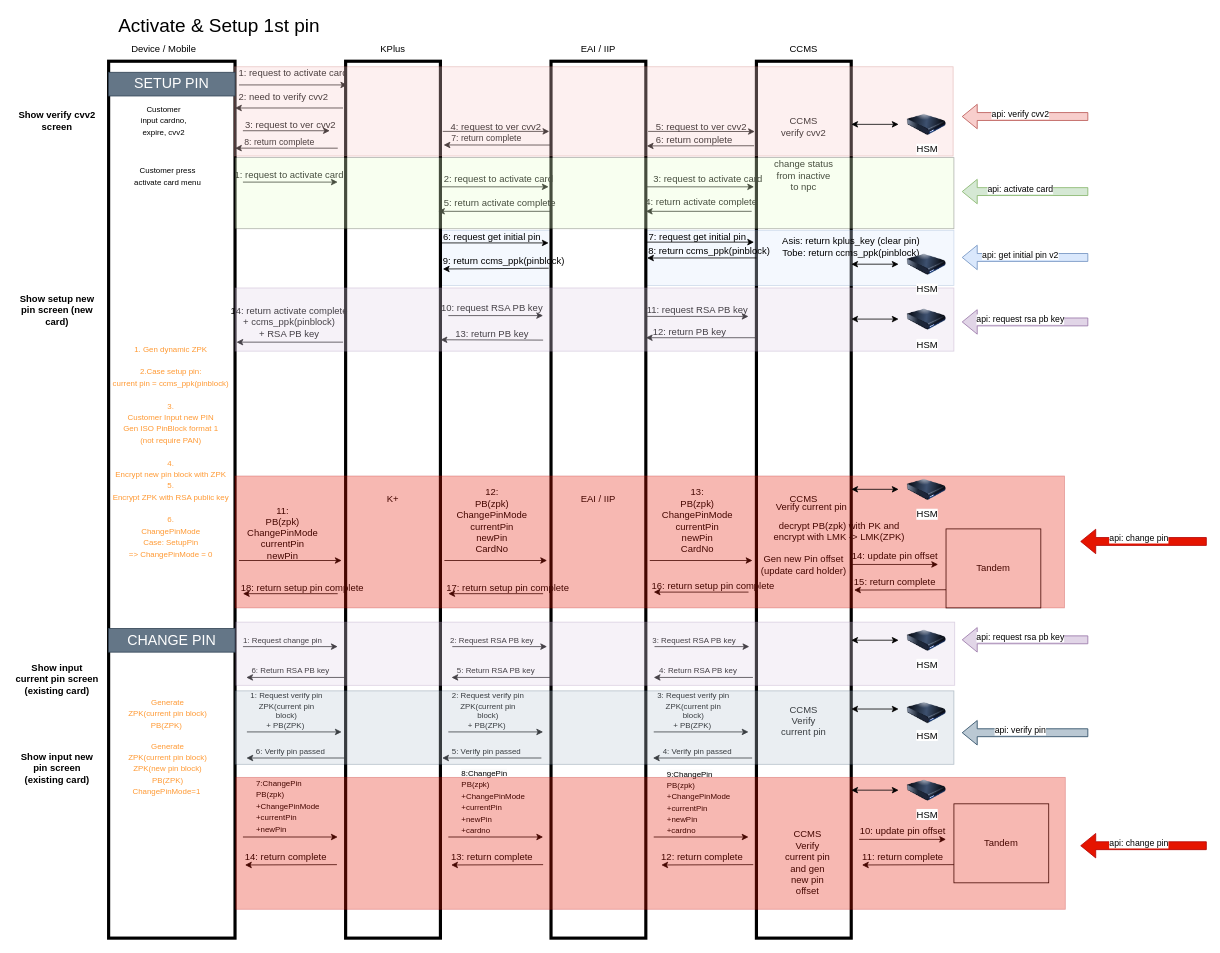
This is page "KPlus_ChangePin" (2 of 2) of CCMS_Project.drawio from chawaratr/drawio, a draw.io file, before an edit. Source tidied: cells renumbered, new cells numbered last; positions are measured from the earlier drawing's top-left corner, leaving out a move shared by most shapes. Both pictures are drawn from the tidied source at 79%, with x=0, y=0 at pixel (13, 13).
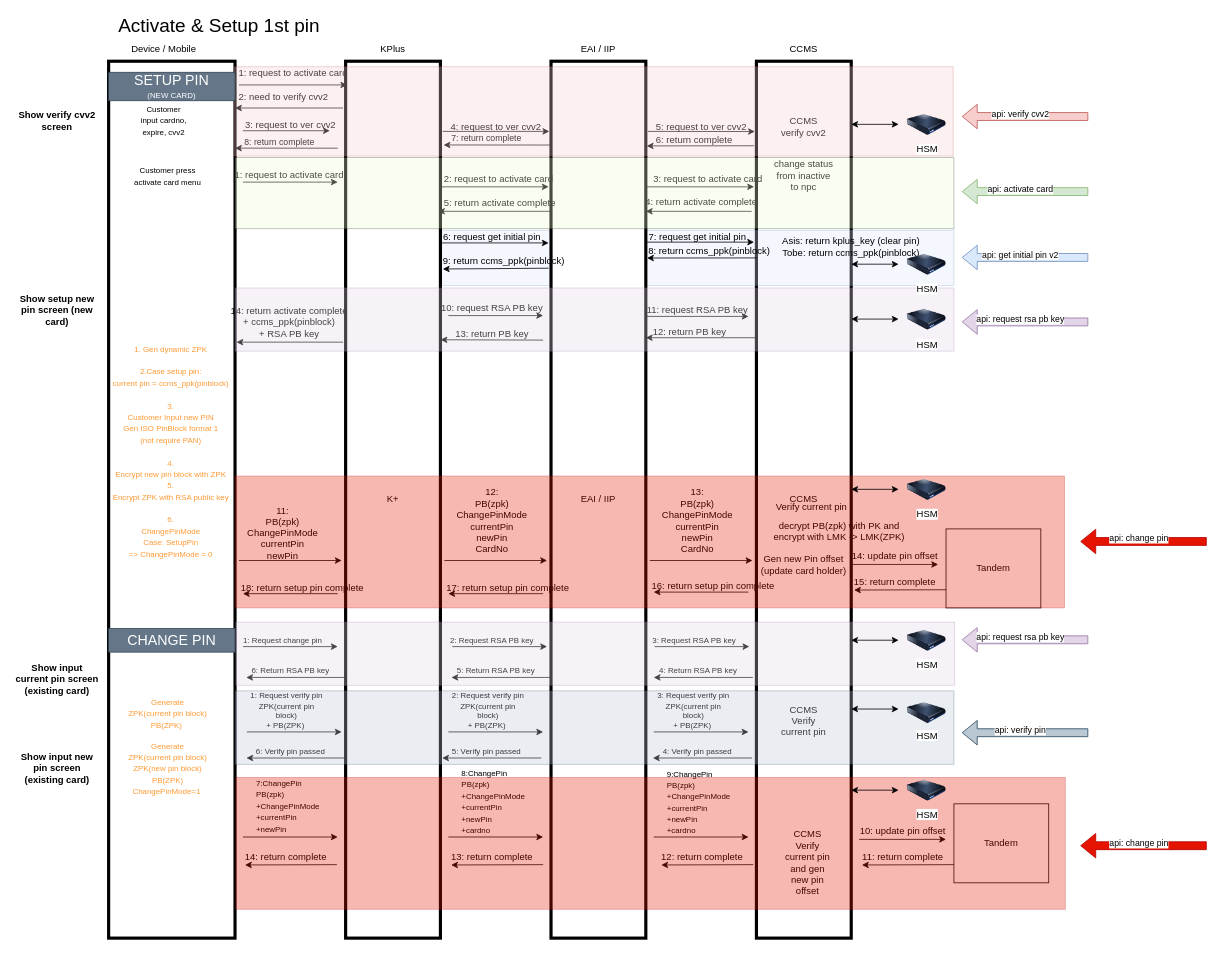
Above is the later version.

Diff of the diagram source:
```diff
@@
-    <mxCell id="152" value="&lt;font style=&quot;font-size: 18px;&quot;&gt;SETUP PIN&lt;/font&gt;" style="text;html=1;align=center;verticalAlign=middle;whiteSpace=wrap;rounded=0;fillColor=#647687;fontColor=#ffffff;strokeColor=#314354;" parent="1" vertex="1">
-      <mxGeometry x="120" y="74" width="160" height="30" as="geometry" />
+    <mxCell id="152" value="&lt;font style=&quot;font-size: 18px;&quot;&gt;SETUP PIN&lt;/font&gt;&lt;div&gt;&lt;font style=&quot;font-size: 10px;&quot;&gt;(NEW CARD)&lt;/font&gt;&lt;/div&gt;" style="text;html=1;align=center;verticalAlign=middle;whiteSpace=wrap;rounded=0;fillColor=#647687;fontColor=#ffffff;strokeColor=#314354;" parent="1" vertex="1">
+      <mxGeometry x="120" y="74" width="160" height="36" as="geometry" />
     </mxCell>
```
